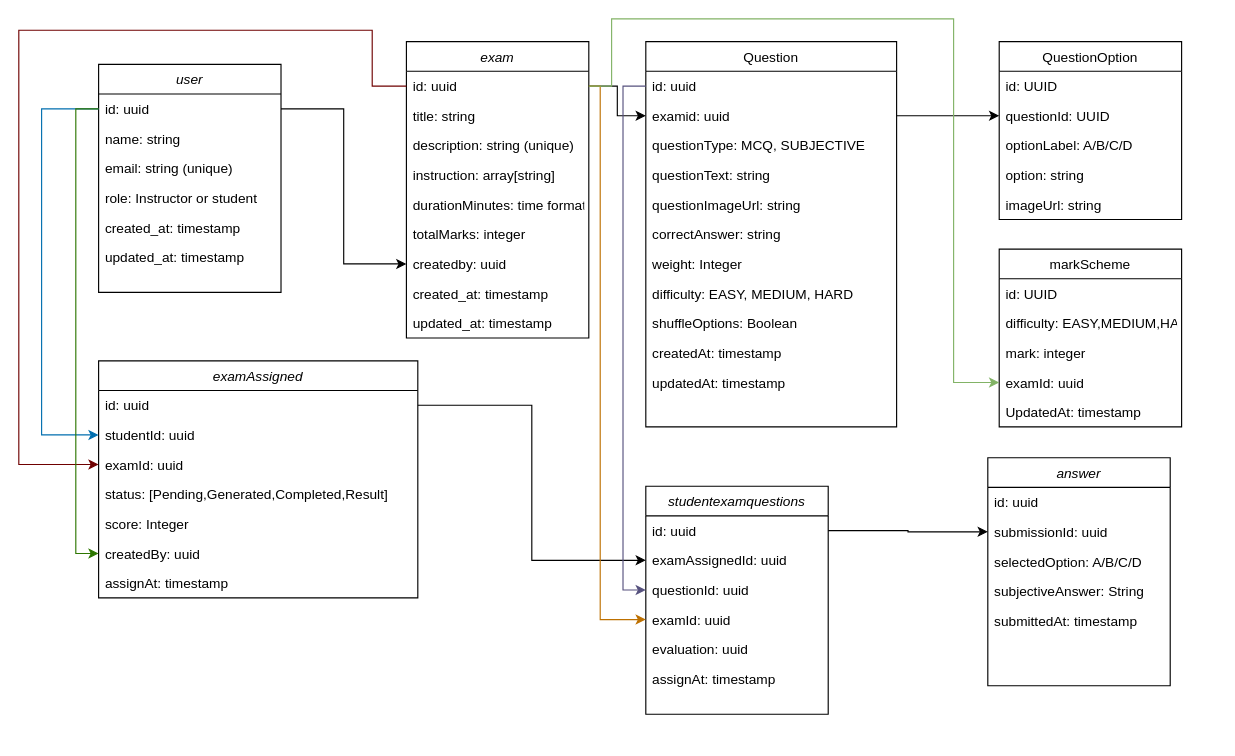
Above: docs/classdiagram.drawio in harshrastogi15/examportal.v2 (draw.io), before the change. Source tidied: cells renumbered, new cells numbered last; positions are measured from the earlier drawing's top-left corner, leaving out a move shared by most shapes. Both pictures are drawn from the tidied source at 114%, with x=0, y=0 at pixel (18, 18).
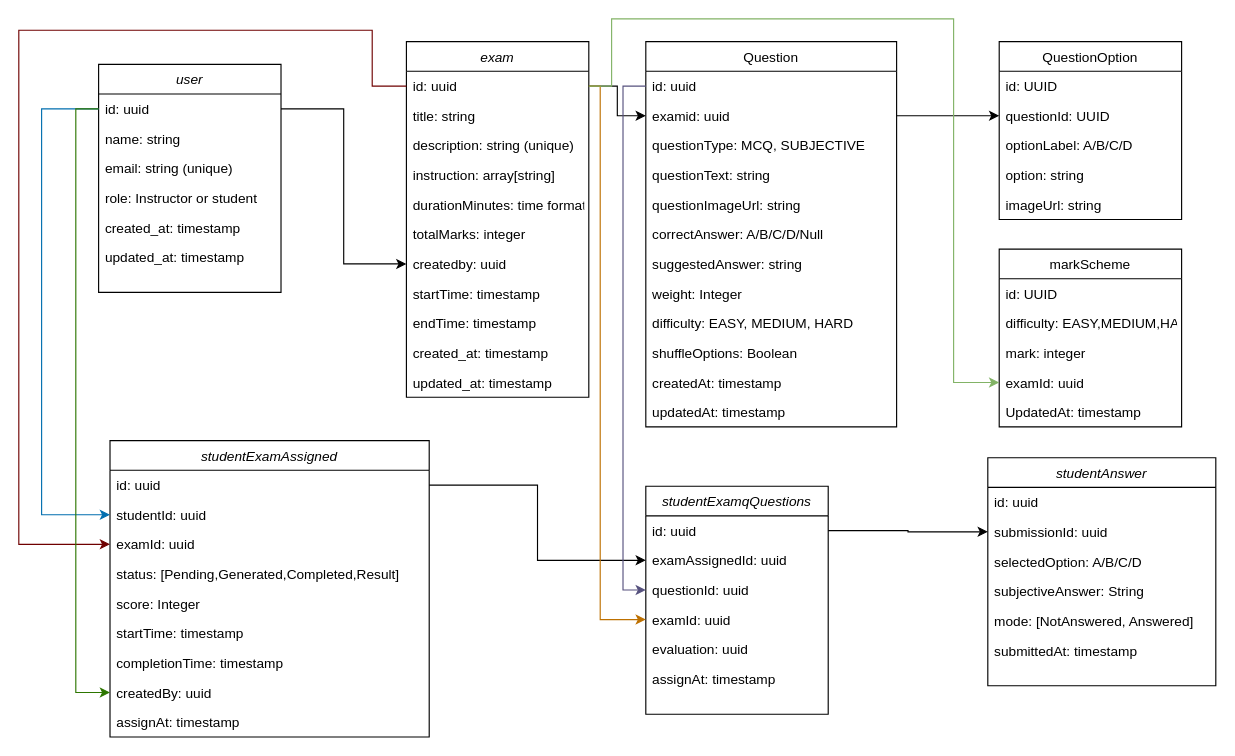
The same diagram, later.

Unchanged cells that the change refers to:
```xml
<mxCell id="3" value="id: uuid" style="text;align=left;verticalAlign=top;spacingLeft=4;spacingRight=4;overflow=hidden;points=[[0,0.5],[1,0.5]];portConstraint=eastwest;" parent="2" vertex="1">
  <mxGeometry y="26" width="160" height="26" as="geometry" />
</mxCell>
<mxCell id="15" value="Question" style="swimlane;fontStyle=0;align=center;verticalAlign=top;horizontal=1;startSize=26;rounded=0;shadow=0;strokeWidth=1;" parent="1" vertex="1">
  <mxGeometry x="550" y="20" width="220" height="338" as="geometry" />
</mxCell>
<mxCell id="29" value="id: uuid" style="text;align=left;verticalAlign=top;spacingLeft=4;spacingRight=4;overflow=hidden;points=[[0,0.5],[1,0.5]];portConstraint=eastwest;" parent="28" vertex="1">
  <mxGeometry y="26" width="160" height="26" as="geometry" />
</mxCell>
<mxCell id="49" value="studentId: uuid " style="text;align=left;verticalAlign=top;spacingLeft=4;spacingRight=4;overflow=hidden;points=[[0,0.5],[1,0.5]];portConstraint=eastwest;rounded=0;shadow=0;html=0;" parent="47" vertex="1">
  <mxGeometry y="52" width="280" height="26" as="geometry" />
</mxCell>
<mxCell id="50" value="examId: uuid" style="text;align=left;verticalAlign=top;spacingLeft=4;spacingRight=4;overflow=hidden;points=[[0,0.5],[1,0.5]];portConstraint=eastwest;rounded=0;shadow=0;html=0;" parent="47" vertex="1">
  <mxGeometry y="78" width="280" height="26" as="geometry" />
</mxCell>
```

Change to the diagram source:
```diff
@@
-    <mxCell id="21" value="correctAnswer: string" style="text;align=left;verticalAlign=top;spacingLeft=4;spacingRight=4;overflow=hidden;rounded=0;shadow=0;html=0;" parent="15" vertex="1">
+    <mxCell id="21" value="correctAnswer: A/B/C/D/Null" style="text;align=left;verticalAlign=top;spacingLeft=4;spacingRight=4;overflow=hidden;rounded=0;shadow=0;html=0;" parent="15" vertex="1">
       <mxGeometry y="156" width="220" height="26" as="geometry" />
     </mxCell>
+    <mxCell id="75" value="suggestedAnswer: string" style="text;align=left;verticalAlign=top;spacingLeft=4;spacingRight=4;overflow=hidden;rounded=0;shadow=0;html=0;" parent="15" vertex="1">
+      <mxGeometry y="182" width="220" height="26" as="geometry" />
+    </mxCell>
     <mxCell id="22" value="weight: Integer" style="text;align=left;verticalAlign=top;spacingLeft=4;spacingRight=4;overflow=hidden;rounded=0;shadow=0;html=0;" parent="15" vertex="1">
-      <mxGeometry y="182" width="220" height="26" as="geometry" />
+      <mxGeometry y="208" width="220" height="26" as="geometry" />
     </mxCell>
     <mxCell id="23" value="difficulty: EASY, MEDIUM, HARD" style="text;align=left;verticalAlign=top;spacingLeft=4;spacingRight=4;overflow=hidden;rounded=0;shadow=0;html=0;" parent="15" vertex="1">
-      <mxGeometry y="208" width="220" height="26" as="geometry" />
+      <mxGeometry y="234" width="220" height="26" as="geometry" />
     </mxCell>
     <mxCell id="24" value="shuffleOptions: Boolean" style="text;align=left;verticalAlign=top;spacingLeft=4;spacingRight=4;overflow=hidden;rounded=0;shadow=0;html=0;" parent="15" vertex="1">
-      <mxGeometry y="234" width="220" height="26" as="geometry" />
+      <mxGeometry y="260" width="220" height="26" as="geometry" />
     </mxCell>
     <mxCell id="25" value="createdAt: timestamp" style="text;align=left;verticalAlign=top;spacingLeft=4;spacingRight=4;overflow=hidden;rounded=0;shadow=0;html=0;" parent="15" vertex="1">
-      <mxGeometry y="260" width="220" height="26" as="geometry" />
+      <mxGeometry y="286" width="220" height="26" as="geometry" />
     </mxCell>
     <mxCell id="26" value="updatedAt: timestamp" style="text;align=left;verticalAlign=top;spacingLeft=4;spacingRight=4;overflow=hidden;rounded=0;shadow=0;html=0;" parent="15" vertex="1">
-      <mxGeometry y="286" width="220" height="26" as="geometry" />
+      <mxGeometry y="312" width="220" height="26" as="geometry" />
     </mxCell>
@@
     <mxCell id="28" value="exam" style="swimlane;fontStyle=2;align=center;verticalAlign=top;horizontal=1;startSize=26;rounded=0;shadow=0;strokeWidth=1;" parent="1" vertex="1">
-      <mxGeometry x="340" y="20" width="160" height="260" as="geometry" />
+      <mxGeometry x="340" y="20" width="160" height="312" as="geometry" />
     </mxCell>
@@
+    <mxCell id="76" value="startTime: timestamp" style="text;align=left;verticalAlign=top;spacingLeft=4;spacingRight=4;overflow=hidden;rounded=0;shadow=0;html=0;" parent="28" vertex="1">
+      <mxGeometry y="208" width="160" height="26" as="geometry" />
+    </mxCell>
+    <mxCell id="77" value="endTime: timestamp" style="text;align=left;verticalAlign=top;spacingLeft=4;spacingRight=4;overflow=hidden;rounded=0;shadow=0;html=0;" parent="28" vertex="1">
+      <mxGeometry y="234" width="160" height="26" as="geometry" />
+    </mxCell>
     <mxCell id="36" value="created_at: timestamp" style="text;align=left;verticalAlign=top;spacingLeft=4;spacingRight=4;overflow=hidden;rounded=0;shadow=0;html=0;" parent="28" vertex="1">
-      <mxGeometry y="208" width="160" height="26" as="geometry" />
+      <mxGeometry y="260" width="160" height="26" as="geometry" />
     </mxCell>
     <mxCell id="37" value="updated_at: timestamp" style="text;align=left;verticalAlign=top;spacingLeft=4;spacingRight=4;overflow=hidden;rounded=0;shadow=0;html=0;" parent="28" vertex="1">
-      <mxGeometry y="234" width="160" height="26" as="geometry" />
+      <mxGeometry y="286" width="160" height="26" as="geometry" />
     </mxCell>
@@
-    <mxCell id="40" value="studentexamquestions" style="swimlane;fontStyle=2;align=center;verticalAlign=top;horizontal=1;startSize=26;rounded=0;shadow=0;strokeWidth=1;" parent="1" vertex="1">
+    <mxCell id="40" value="studentExamqQuestions" style="swimlane;fontStyle=2;align=center;verticalAlign=top;horizontal=1;startSize=26;rounded=0;shadow=0;strokeWidth=1;" parent="1" vertex="1">
       <mxGeometry x="550" y="410" width="160" height="200" as="geometry" />
     </mxCell>
@@
-    <mxCell id="47" value="examAssigned" style="swimlane;fontStyle=2;align=center;verticalAlign=top;horizontal=1;startSize=26;rounded=0;shadow=0;strokeWidth=1;" parent="1" vertex="1">
-      <mxGeometry x="70" y="300" width="280" height="208" as="geometry" />
+    <mxCell id="47" value="studentExamAssigned" style="swimlane;fontStyle=2;align=center;verticalAlign=top;horizontal=1;startSize=26;rounded=0;shadow=0;strokeWidth=1;" parent="1" vertex="1">
+      <mxGeometry x="80" y="370" width="280" height="260" as="geometry" />
     </mxCell>
@@
+    <mxCell id="78" value="startTime: timestamp" style="text;align=left;verticalAlign=top;spacingLeft=4;spacingRight=4;overflow=hidden;rounded=0;shadow=0;html=0;" parent="47" vertex="1">
+      <mxGeometry y="156" width="280" height="26" as="geometry" />
+    </mxCell>
+    <mxCell id="79" value="completionTime: timestamp" style="text;align=left;verticalAlign=top;spacingLeft=4;spacingRight=4;overflow=hidden;rounded=0;shadow=0;html=0;" parent="47" vertex="1">
+      <mxGeometry y="182" width="280" height="26" as="geometry" />
+    </mxCell>
     <mxCell id="53" value="createdBy: uuid" style="text;align=left;verticalAlign=top;spacingLeft=4;spacingRight=4;overflow=hidden;points=[[0,0.5],[1,0.5]];portConstraint=eastwest;rounded=0;shadow=0;html=0;" parent="47" vertex="1">
-      <mxGeometry y="156" width="280" height="26" as="geometry" />
+      <mxGeometry y="208" width="280" height="26" as="geometry" />
     </mxCell>
     <mxCell id="54" value="assignAt: timestamp" style="text;align=left;verticalAlign=top;spacingLeft=4;spacingRight=4;overflow=hidden;rounded=0;shadow=0;html=0;" parent="47" vertex="1">
-      <mxGeometry y="182" width="280" height="26" as="geometry" />
+      <mxGeometry y="234" width="280" height="26" as="geometry" />
     </mxCell>
     <mxCell id="55" style="edgeStyle=orthogonalEdgeStyle;rounded=0;jettySize=auto;html=1;entryX=0;entryY=0.5;entryDx=0;entryDy=0;fillColor=#1ba1e2;strokeColor=#006EAF;" parent="1" edge="1" source="3" target="49">
       <mxGeometry relative="1" as="geometry">
         <Array as="points">
           <mxPoint x="20" y="79" />
-          <mxPoint x="20" y="365" />
+          <mxPoint x="20" y="435" />
         </Array>
       </mxGeometry>
     </mxCell>
     <mxCell id="56" style="edgeStyle=orthogonalEdgeStyle;rounded=0;jettySize=auto;html=1;entryX=0;entryY=0.5;entryDx=0;entryDy=0;fillColor=#a20025;strokeColor=#6F0000;" parent="1" edge="1" source="29" target="50">
       <mxGeometry relative="1" as="geometry">
         <Array as="points">
           <mxPoint x="310" y="59" />
           <mxPoint x="310" y="10" />
           <mxPoint y="10" />
-          <mxPoint y="391" />
+          <mxPoint y="461" />
         </Array>
       </mxGeometry>
     </mxCell>
     <mxCell id="57" style="edgeStyle=orthogonalEdgeStyle;rounded=0;jettySize=auto;html=1;entryX=0;entryY=0.5;entryDx=0;entryDy=0;fillColor=#60a917;strokeColor=#2D7600;" parent="1" edge="1" source="3" target="53">
       <mxGeometry relative="1" as="geometry">
         <Array as="points">
           <mxPoint x="50" y="79" />
-          <mxPoint x="50" y="469" />
+          <mxPoint x="50" y="591" />
         </Array>
       </mxGeometry>
     </mxCell>
-    <mxCell id="58" value="answer" style="swimlane;fontStyle=2;align=center;verticalAlign=top;horizontal=1;startSize=26;rounded=0;shadow=0;strokeWidth=1;" parent="1" vertex="1">
-      <mxGeometry x="850" y="385" width="160" height="200" as="geometry" />
+    <mxCell id="58" value="studentAnswer" style="swimlane;fontStyle=2;align=center;verticalAlign=top;horizontal=1;startSize=26;rounded=0;shadow=0;strokeWidth=1;" parent="1" vertex="1">
+      <mxGeometry x="850" y="385" width="200" height="200" as="geometry" />
     </mxCell>
     <mxCell id="59" value="id: uuid" style="text;align=left;verticalAlign=top;spacingLeft=4;spacingRight=4;overflow=hidden;" parent="58" vertex="1">
-      <mxGeometry y="26" width="160" height="26" as="geometry" />
+      <mxGeometry y="26" width="200" height="26" as="geometry" />
     </mxCell>
     <mxCell id="60" value="submissionId: uuid" style="text;align=left;verticalAlign=top;spacingLeft=4;spacingRight=4;overflow=hidden;points=[[0,0.5],[1,0.5]];portConstraint=eastwest;rounded=0;shadow=0;html=0;" parent="58" vertex="1">
-      <mxGeometry y="52" width="160" height="26" as="geometry" />
+      <mxGeometry y="52" width="200" height="26" as="geometry" />
     </mxCell>
     <mxCell id="61" value="selectedOption: A/B/C/D" style="text;align=left;verticalAlign=top;spacingLeft=4;spacingRight=4;overflow=hidden;rounded=0;shadow=0;html=0;" parent="58" vertex="1">
-      <mxGeometry y="78" width="160" height="26" as="geometry" />
+      <mxGeometry y="78" width="200" height="26" as="geometry" />
     </mxCell>
+    <mxCell id="80" value="subjectiveAnswer: String" style="text;align=left;verticalAlign=top;spacingLeft=4;spacingRight=4;overflow=hidden;rounded=0;shadow=0;html=0;" parent="58" vertex="1">
+      <mxGeometry y="104" width="200" height="26" as="geometry" />
+    </mxCell>
-    <mxCell id="62" value="subjectiveAnswer: String" style="text;align=left;verticalAlign=top;spacingLeft=4;spacingRight=4;overflow=hidden;rounded=0;shadow=0;html=0;" parent="58" vertex="1">
-      <mxGeometry y="104" width="160" height="26" as="geometry" />
+    <mxCell id="62" value="mode: [NotAnswered, Answered]" style="text;align=left;verticalAlign=top;spacingLeft=4;spacingRight=4;overflow=hidden;rounded=0;shadow=0;html=0;" parent="58" vertex="1">
+      <mxGeometry y="130" width="200" height="26" as="geometry" />
     </mxCell>
     <mxCell id="63" value="submittedAt: timestamp" style="text;align=left;verticalAlign=top;spacingLeft=4;spacingRight=4;overflow=hidden;rounded=0;shadow=0;html=0;" parent="58" vertex="1">
-      <mxGeometry y="130" width="160" height="26" as="geometry" />
+      <mxGeometry y="156" width="200" height="26" as="geometry" />
     </mxCell>
```
